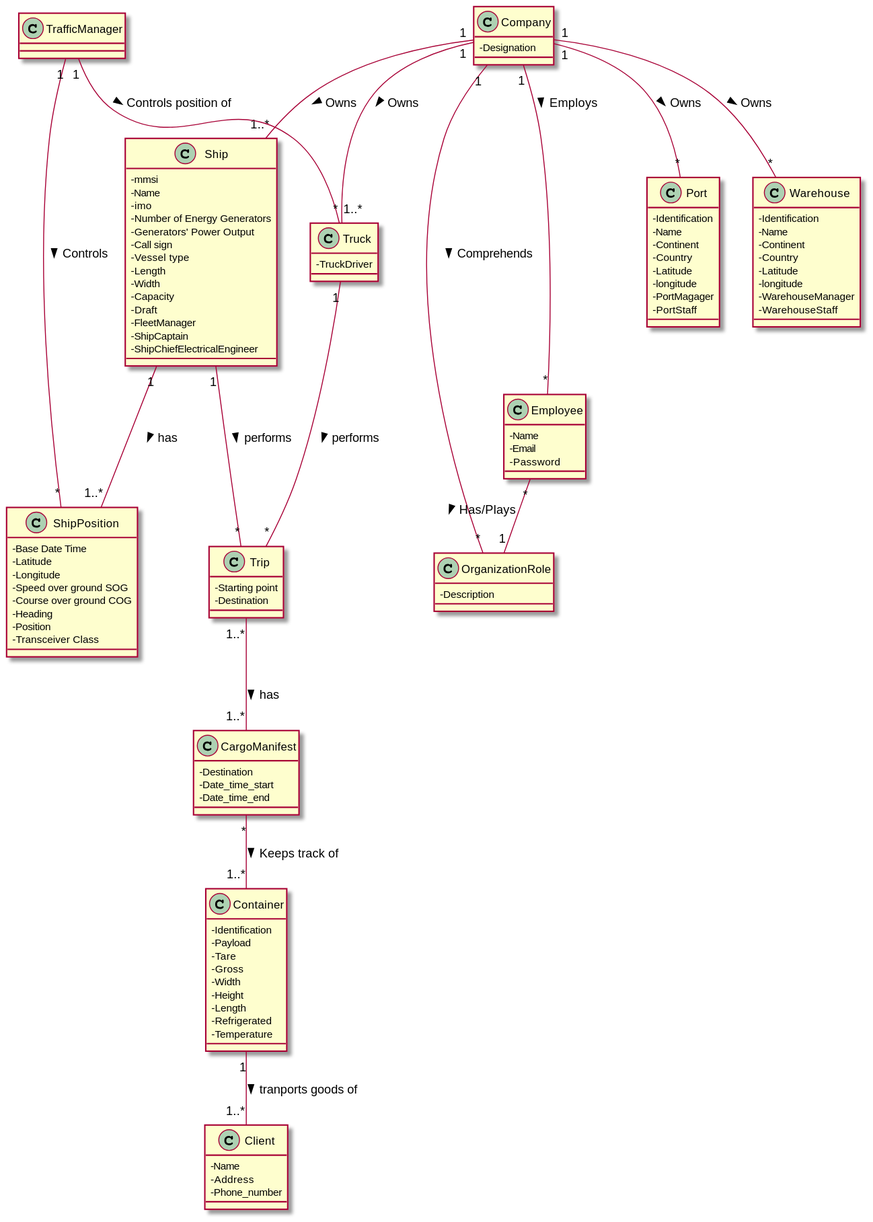
The PlantUML diagram docs/Sprint 3/Domain Model/DM.svg in 1190772/LAB-Project-3, before a commit. Its diagram source:
```plantuml
@startuml

skinparam classAttributeIconSize 0

class Company {
-Designation
}

class Container {
-Identification
-Payload
-Tare
-Gross
-Width
-Height
-Length
-Refrigerated
-Temperature
}

class Ship {
-mmsi
-Name
-imo
-Number of Energy Generators
-Generators' Power Output
-Call sign
-Vessel type
-Length
-Width
-Capacity
-Draft
-FleetManager
-ShipCaptain
-ShipChiefElectricalEngineer
}

class ShipPosition {
-Base Date Time
-Latitude
-Longitude
-Speed over ground SOG
-Course over ground COG
-Heading
-Position
-Transceiver Class
}

class Truck {
-TruckDriver
}

class Client {
-Name
-Address
-Phone_number
}

class Port {
-Identification
-Name
-Continent
-Country
-Latitude
-longitude
-PortMagager
-PortStaff
}

class Warehouse {
-Identification
-Name
-Continent
-Country
-Latitude
-longitude
-WarehouseManager
-WarehouseStaff
}

class Employee {
-Name
-Email
-Password
}

class OrganizationRole {
-Description
}

class TrafficManager

class CargoManifest {
-Destination
-Date_time_start
-Date_time_end
}

class Trip {
-Starting point
-Destination
}

Company "1" -- "1..*" Ship : Owns >
Company "1" -- "1..*" Truck : Owns >
Company "1" -- "*" Port : Owns >
Company "1" -- "*" Warehouse : Owns >
Company "1" -- "*" Employee : Employs >
Company "1" --- "*" OrganizationRole : Comprehends >
Employee "*" - "1" OrganizationRole : Has/Plays >
Ship "1" -- "*" Trip : performs >
Trip "1..*" -- "1..*" CargoManifest : has >
Ship "1" -- "1..*" ShipPosition : has >
TrafficManager "1" - "*" ShipPosition : Controls >
TrafficManager "1" -- "*" Truck : Controls position of >
Truck "1" -- "*" Trip : performs >
CargoManifest "*" -- "1..*" Container : Keeps track of >
Container "1" -- "1..*" Client : tranports goods of >


@enduml
```
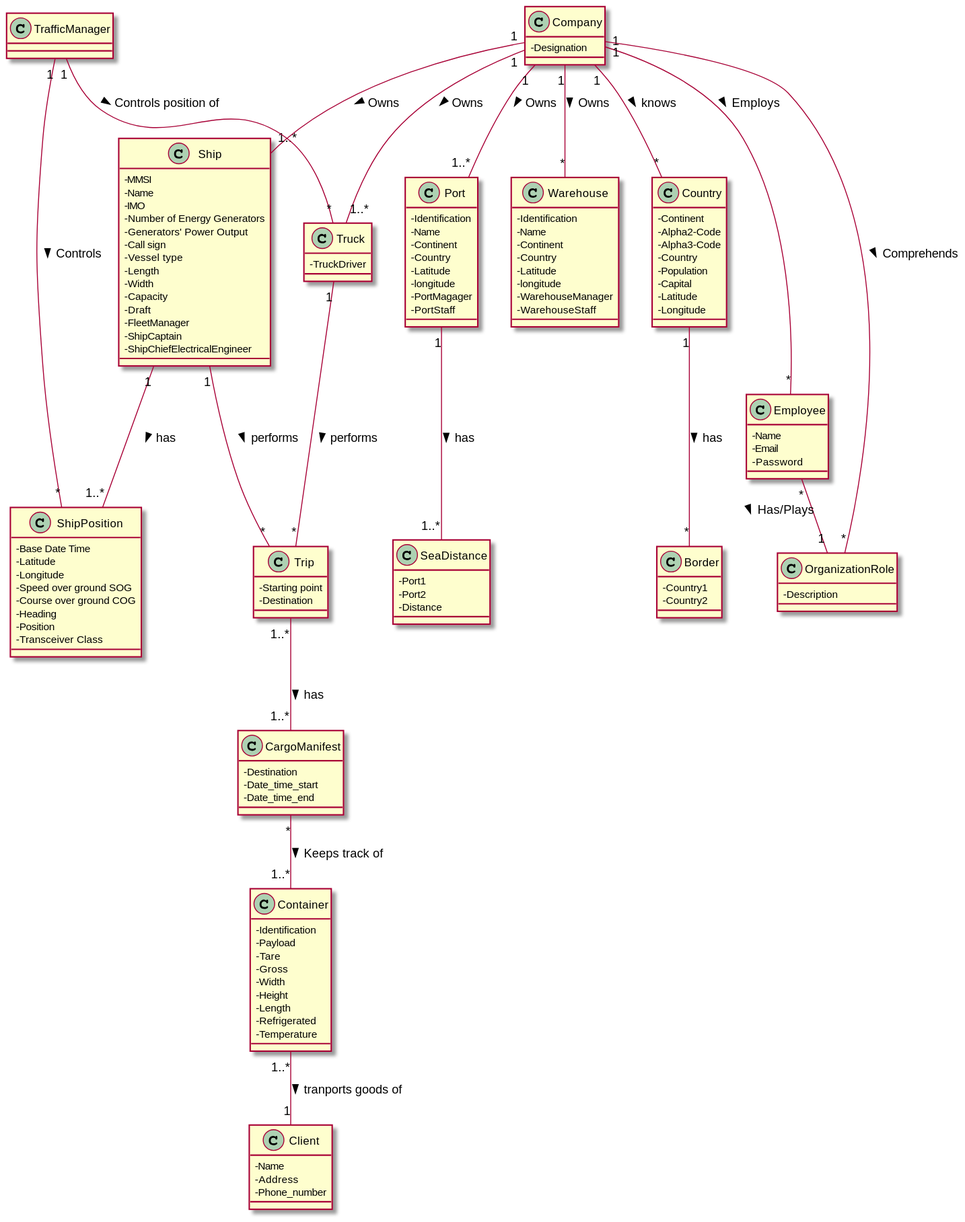
After the change.

Change to the diagram source:
```diff
@@ -19,9 +19,9 @@
 }
 
 class Ship {
--mmsi
+-MMSI
 -Name
--imo
+-IMO
 -Number of Energy Generators
 -Generators' Power Output
 -Call sign
@@ -67,6 +67,12 @@
 -PortStaff
 }
 
+class SeaDistance {
+-Port1
+-Port2
+-Distance
+}
+
 class Warehouse {
 -Identification
 -Name
@@ -101,12 +107,29 @@
 -Destination
 }
 
+class Country {
+-Continent
+-Alpha2-Code
+-Alpha3-Code
+-Country
+-Population
+-Capital
+-Latitude
+-Longitude
+}
+
+class Border {
+-Country1
+-Country2
+}
+
 Company "1" -- "1..*" Ship : Owns >
 Company "1" -- "1..*" Truck : Owns >
-Company "1" -- "*" Port : Owns >
+Company "1" -- "1..*" Port : Owns >
 Company "1" -- "*" Warehouse : Owns >
 Company "1" -- "*" Employee : Employs >
 Company "1" --- "*" OrganizationRole : Comprehends >
+Company "1" -- "*" Country : knows >
 Employee "*" - "1" OrganizationRole : Has/Plays >
 Ship "1" -- "*" Trip : performs >
 Trip "1..*" -- "1..*" CargoManifest : has >
@@ -115,7 +138,9 @@
 TrafficManager "1" -- "*" Truck : Controls position of >
 Truck "1" -- "*" Trip : performs >
 CargoManifest "*" -- "1..*" Container : Keeps track of >
-Container "1" -- "1..*" Client : tranports goods of >
+Container "1..*" -- "1" Client : tranports goods of >
+Country "1" -- "*" Border : has >
+Port "1" -- "1..*" SeaDistance : has >
 
 
 @enduml
```
